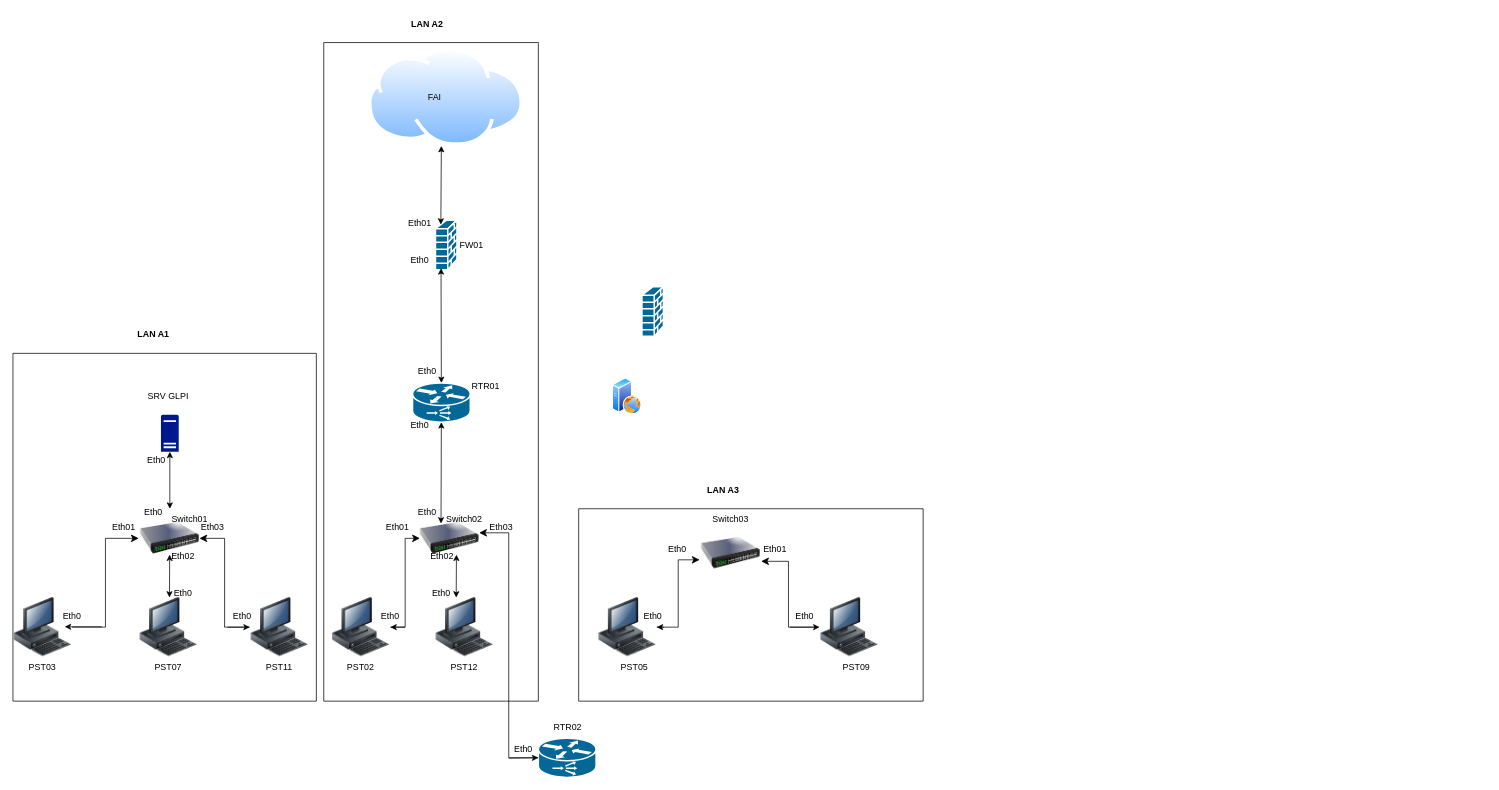
melanieBouchez/topologie keeps this draw.io diagram as laboRéseaux.drawio. Above is the earlier version. Source tidied: cells renumbered, new cells numbered last; positions are measured from the earlier drawing's top-left corner, leaving out a move shared by most shapes. Both pictures are drawn from the tidied source at 74%, with x=0, y=0 at pixel (13, 13).
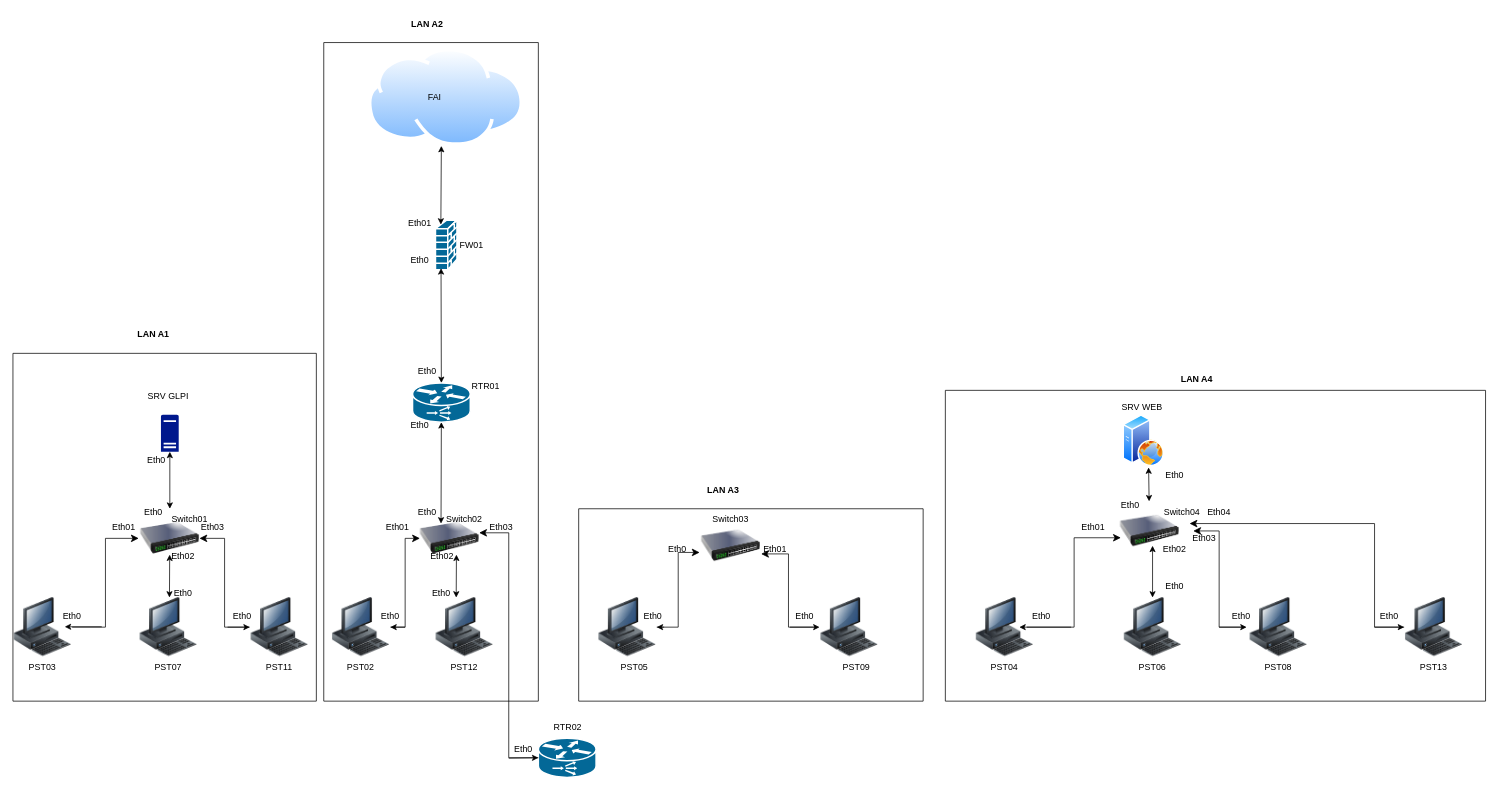
After the change.

The change refers to these unchanged cells:
```xml
<mxCell id="76" style="swimlane;startSize=0;" parent="1" vertex="1">
  <mxGeometry x="764.5" y="670" width="465.5" height="260" as="geometry" />
</mxCell>
```

What changed in the source:
```diff
@@
-    <mxCell id="5" style="shape=mxgraph.cisco.security.firewall;sketch=0;html=1;dashed=0;fillColor=#036897;strokeColor=#ffffff;strokeWidth=2;verticalLabelPosition=bottom;verticalAlign=top;align=center;" parent="1" vertex="1">
-      <mxGeometry x="850" y="370" width="29" height="67" as="geometry" />
-    </mxCell>
@@
     <mxCell id="18" style="image;perimeter=ellipsePerimeter;html=1;align=center;shadow=0;dashed=0;spacingTop=3;image=img/lib/active_directory/web_server.svg;" parent="1" vertex="1">
-      <mxGeometry x="810" y="493" width="40" height="50" as="geometry" />
+      <mxGeometry x="1500" y="543" width="56" height="70" as="geometry" />
     </mxCell>
@@
     <mxCell id="77" style="image;html=1;image=img/lib/clip_art/networking/Switch_128x128.png;" parent="76" vertex="1">
-      <mxGeometry x="165.5" y="20" width="80" height="80" as="geometry" />
+      <mxGeometry x="165.5" y="10" width="80" height="80" as="geometry" />
     </mxCell>
@@
+    <mxCell id="81" value="SRV WEB" style="text;html=1;strokeColor=none;fillColor=none;align=center;verticalAlign=middle;whiteSpace=wrap;rounded=0;" parent="1" vertex="1">
+      <mxGeometry x="1496" y="523" width="60" height="20" as="geometry" />
+    </mxCell>
+    <mxCell id="82" style="image;html=1;image=img/lib/clip_art/networking/Switch_128x128.png;" parent="1" vertex="1">
+      <mxGeometry x="1496" y="660" width="80" height="80" as="geometry" />
+    </mxCell>
+    <mxCell id="83" value="Switch04" style="text;html=1;strokeColor=none;fillColor=none;align=center;verticalAlign=middle;whiteSpace=wrap;rounded=0;" parent="1" vertex="1">
+      <mxGeometry x="1550" y="660" width="60" height="30" as="geometry" />
+    </mxCell>
+    <mxCell id="84" style="endArrow=classic;startArrow=classic;html=1;rounded=0;entryX=0.619;entryY=1.017;entryDx=0;entryDy=0;entryPerimeter=0;" parent="1" edge="1" source="82" target="18">
+      <mxGeometry relative="1" as="geometry" />
+    </mxCell>
+    <mxCell id="85" style="image;html=1;image=img/lib/clip_art/computers/Workstation_128x128.png;" parent="1" vertex="1">
+      <mxGeometry x="1880" y="790" width="80" height="80" as="geometry" />
+    </mxCell>
+    <mxCell id="86" style="image;html=1;image=img/lib/clip_art/computers/Workstation_128x128.png;" parent="1" vertex="1">
+      <mxGeometry x="1670" y="790" width="80" height="80" as="geometry" />
+    </mxCell>
+    <mxCell id="87" style="image;html=1;image=img/lib/clip_art/computers/Workstation_128x128.png;" parent="1" vertex="1">
+      <mxGeometry x="1500" y="790" width="80" height="80" as="geometry" />
+    </mxCell>
+    <mxCell id="88" style="image;html=1;image=img/lib/clip_art/computers/Workstation_128x128.png;" parent="1" vertex="1">
+      <mxGeometry x="1300" y="790" width="80" height="80" as="geometry" />
+    </mxCell>
+    <mxCell id="89" style="endArrow=classic;startArrow=classic;html=1;rounded=0;entryX=0.5;entryY=0;entryDx=0;entryDy=0;" parent="1" edge="1" target="87">
+      <mxGeometry relative="1" as="geometry">
+        <mxPoint x="1540" y="720" as="sourcePoint" />
+      </mxGeometry>
+    </mxCell>
+    <mxCell id="90" style="edgeStyle=elbowEdgeStyle;elbow=horizontal;endArrow=classic;html=1;curved=0;rounded=0;endSize=8;startSize=8;entryX=0.015;entryY=0.615;entryDx=0;entryDy=0;entryPerimeter=0;" parent="1" edge="1" target="82">
+      <mxGeometry relative="1" as="geometry">
+        <mxPoint x="1370" y="830" as="sourcePoint" />
+      </mxGeometry>
+    </mxCell>
+    <mxCell id="91" style="edgeStyle=elbowEdgeStyle;elbow=horizontal;endArrow=classic;html=1;curved=0;rounded=0;endSize=8;startSize=8;exitX=0;exitY=0.5;exitDx=0;exitDy=0;" parent="1" edge="1" source="85">
+      <mxGeometry relative="1" as="geometry">
+        <mxPoint x="1590" y="690" as="targetPoint" />
+        <Array as="points">
+          <mxPoint x="1840" y="770" />
+        </Array>
+      </mxGeometry>
+    </mxCell>
+    <mxCell id="92" style="edgeStyle=elbowEdgeStyle;elbow=horizontal;endArrow=classic;html=1;curved=0;rounded=0;endSize=8;startSize=8;" parent="1" edge="1">
+      <mxGeometry relative="1" as="geometry">
+        <mxPoint x="1665" y="830" as="sourcePoint" />
+        <mxPoint x="1595" y="700" as="targetPoint" />
+      </mxGeometry>
+    </mxCell>
+    <mxCell id="93" value="PST04" style="text;html=1;strokeColor=none;fillColor=none;align=center;verticalAlign=middle;whiteSpace=wrap;rounded=0;" parent="1" vertex="1">
+      <mxGeometry x="1310" y="870" width="60" height="30" as="geometry" />
+    </mxCell>
+    <mxCell id="94" value="PST13" style="text;html=1;strokeColor=none;fillColor=none;align=center;verticalAlign=middle;whiteSpace=wrap;rounded=0;" parent="1" vertex="1">
+      <mxGeometry x="1890" y="870" width="60" height="30" as="geometry" />
+    </mxCell>
+    <mxCell id="95" value="PST08" style="text;html=1;strokeColor=none;fillColor=none;align=center;verticalAlign=middle;whiteSpace=wrap;rounded=0;" parent="1" vertex="1">
+      <mxGeometry x="1680" y="870" width="60" height="30" as="geometry" />
+    </mxCell>
+    <mxCell id="96" value="PST06" style="text;html=1;strokeColor=none;fillColor=none;align=center;verticalAlign=middle;whiteSpace=wrap;rounded=0;" parent="1" vertex="1">
+      <mxGeometry x="1510" y="870" width="60" height="30" as="geometry" />
+    </mxCell>
+    <mxCell id="97" value="Eth01" style="text;html=1;strokeColor=none;fillColor=none;align=center;verticalAlign=middle;whiteSpace=wrap;rounded=0;" parent="1" vertex="1">
+      <mxGeometry x="1430" y="680" width="60" height="30" as="geometry" />
+    </mxCell>
+    <mxCell id="98" value="Eth03" style="text;html=1;strokeColor=none;fillColor=none;align=center;verticalAlign=middle;whiteSpace=wrap;rounded=0;" parent="1" vertex="1">
+      <mxGeometry x="1580" y="695" width="60" height="30" as="geometry" />
+    </mxCell>
+    <mxCell id="99" value="Eth04" style="text;html=1;strokeColor=none;fillColor=none;align=center;verticalAlign=middle;whiteSpace=wrap;rounded=0;" parent="1" vertex="1">
+      <mxGeometry x="1600" y="660" width="60" height="30" as="geometry" />
+    </mxCell>
+    <mxCell id="100" value="Eth0" style="text;html=1;strokeColor=none;fillColor=none;align=center;verticalAlign=middle;whiteSpace=wrap;rounded=0;" parent="1" vertex="1">
+      <mxGeometry x="1480" y="650" width="60" height="30" as="geometry" />
+    </mxCell>
+    <mxCell id="101" value="Eth0" style="text;html=1;strokeColor=none;fillColor=none;align=center;verticalAlign=middle;whiteSpace=wrap;rounded=0;" parent="1" vertex="1">
+      <mxGeometry x="1540" y="610" width="60" height="30" as="geometry" />
+    </mxCell>
+    <mxCell id="102" value="Eth0" style="text;html=1;strokeColor=none;fillColor=none;align=center;verticalAlign=middle;whiteSpace=wrap;rounded=0;" parent="1" vertex="1">
+      <mxGeometry x="1360" y="800" width="60" height="30" as="geometry" />
+    </mxCell>
+    <mxCell id="103" value="Eth0" style="text;html=1;strokeColor=none;fillColor=none;align=center;verticalAlign=middle;whiteSpace=wrap;rounded=0;" parent="1" vertex="1">
+      <mxGeometry x="1540" y="760" width="60" height="30" as="geometry" />
+    </mxCell>
+    <mxCell id="104" value="Eth0" style="text;html=1;strokeColor=none;fillColor=none;align=center;verticalAlign=middle;whiteSpace=wrap;rounded=0;" parent="1" vertex="1">
+      <mxGeometry x="1630" y="800" width="60" height="30" as="geometry" />
+    </mxCell>
+    <mxCell id="105" value="Eth0" style="text;html=1;strokeColor=none;fillColor=none;align=center;verticalAlign=middle;whiteSpace=wrap;rounded=0;" parent="1" vertex="1">
+      <mxGeometry x="1830" y="800" width="60" height="30" as="geometry" />
+    </mxCell>
+    <mxCell id="106" value="Eth02" style="text;html=1;strokeColor=none;fillColor=none;align=center;verticalAlign=middle;whiteSpace=wrap;rounded=0;" parent="1" vertex="1">
+      <mxGeometry x="1540" y="710" width="60" height="30" as="geometry" />
+    </mxCell>
+    <mxCell id="107" style="endArrow=classic;html=1;rounded=0;entryX=0;entryY=1;entryDx=0;entryDy=0;" parent="1" edge="1" target="102">
+      <mxGeometry relative="1" as="geometry">
+        <mxPoint x="1430" y="830" as="sourcePoint" />
+      </mxGeometry>
+    </mxCell>
+    <mxCell id="108" style="endArrow=classic;html=1;rounded=0;entryX=0.619;entryY=1;entryDx=0;entryDy=0;entryPerimeter=0;exitX=0;exitY=1;exitDx=0;exitDy=0;" parent="1" edge="1" source="104" target="104">
+      <mxGeometry relative="1" as="geometry" />
+    </mxCell>
+    <mxCell id="109" style="endArrow=classic;html=1;rounded=0;entryX=0;entryY=0.5;entryDx=0;entryDy=0;elbow=vertical;" parent="1" edge="1" target="85">
+      <mxGeometry relative="1" as="geometry">
+        <mxPoint x="1840" y="830" as="sourcePoint" />
+      </mxGeometry>
+    </mxCell>
+    <mxCell id="110" style="swimlane;startSize=0;" parent="1" vertex="1">
+      <mxGeometry x="1260" y="510" width="730" height="420" as="geometry" />
+    </mxCell>
+    <mxCell id="111" value="&lt;b&gt;LAN A4&lt;/b&gt;" style="text;html=1;strokeColor=none;fillColor=none;align=center;verticalAlign=middle;whiteSpace=wrap;rounded=0;" parent="1" vertex="1">
+      <mxGeometry x="1570" y="480" width="60" height="30" as="geometry" />
+    </mxCell>
```
